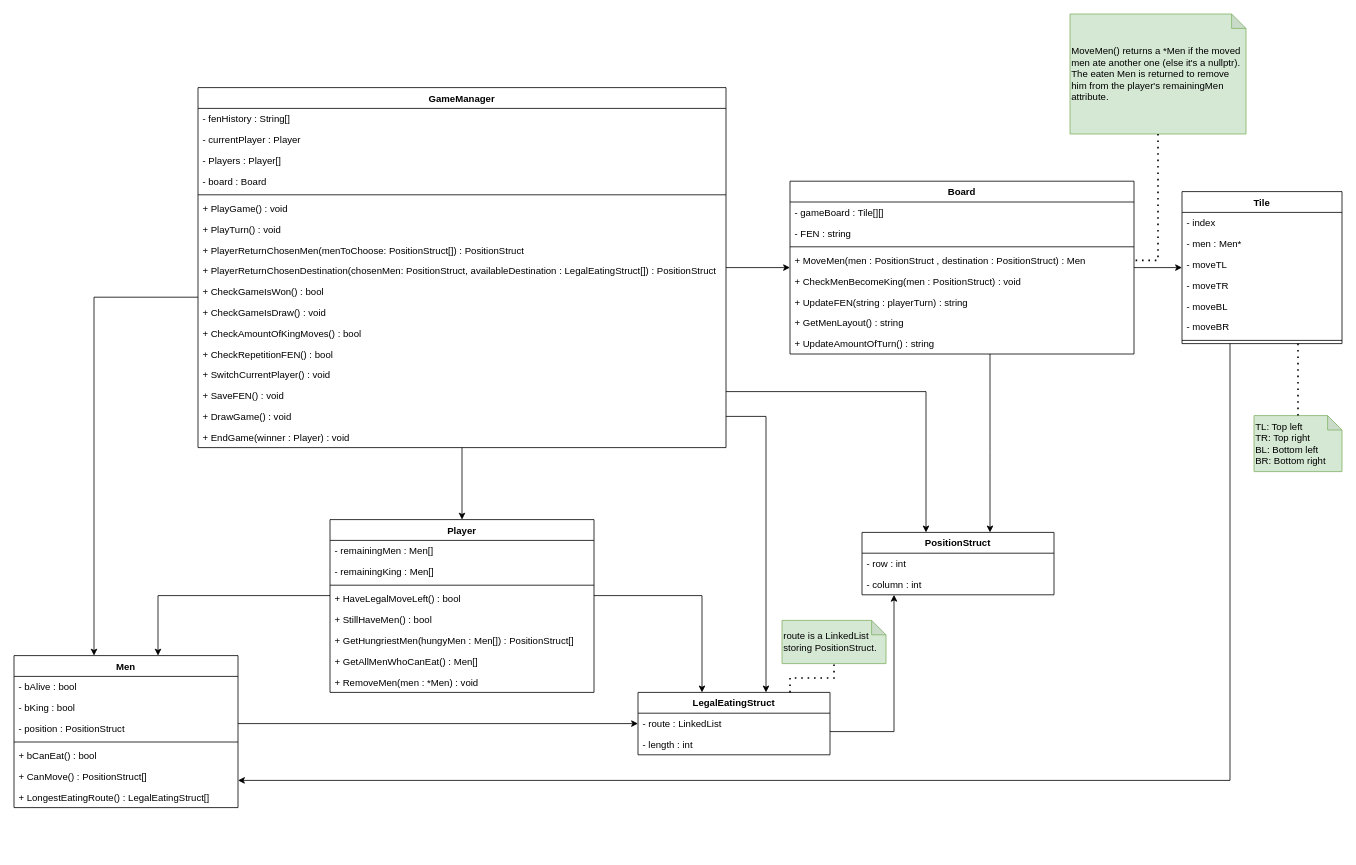
Above: page "Class Diagrams" (1 of 6) of Draughts.drawio in TheKrillenum/Draught (draw.io), before the change. Source tidied: cells renumbered, new cells numbered last; positions are measured from the earlier drawing's top-left corner, leaving out a move shared by most shapes. Both pictures are drawn from the tidied source at 80%, with x=0, y=0 at pixel (14, 14).
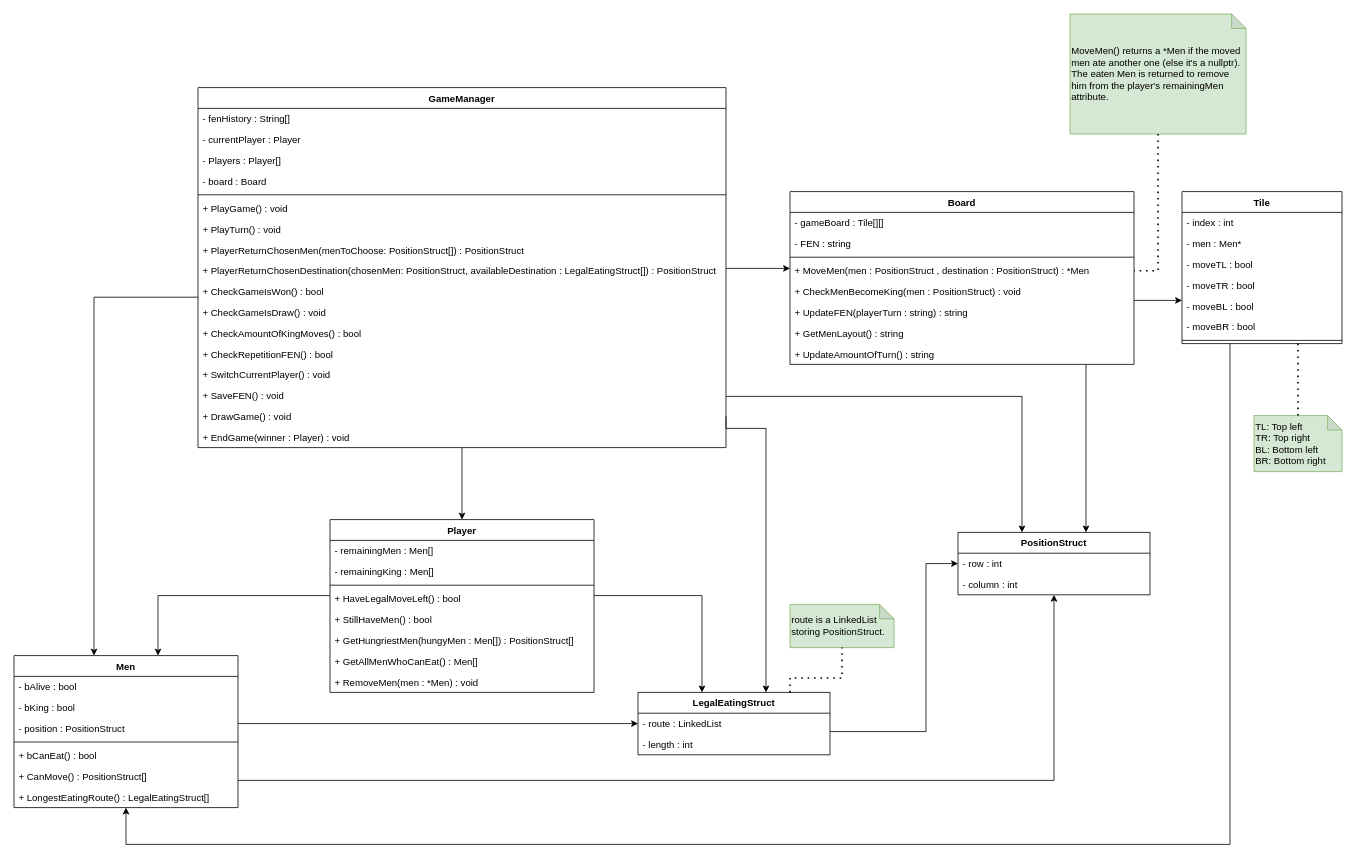
The same diagram, later.

The change refers to these unchanged cells:
```xml
<mxCell id="11" value="GameManager" style="swimlane;fontStyle=1;align=center;verticalAlign=top;horizontal=1;startSize=26;" parent="1" vertex="1">
  <mxGeometry x="230" y="92" width="660" height="450" as="geometry" />
</mxCell>
<mxCell id="27" value="+ DrawGame() : void" style="text;strokeColor=none;fillColor=none;align=left;verticalAlign=top;spacingLeft=4;spacingRight=4;overflow=hidden;points=[[0,0.5],[1,0.5]];portConstraint=eastwest;" parent="11" vertex="1">
  <mxGeometry y="398" width="660" height="26" as="geometry" />
</mxCell>
<mxCell id="29" value="Men" style="swimlane;fontStyle=1;align=center;verticalAlign=top;horizontal=1;startSize=26;" parent="1" vertex="1">
  <mxGeometry y="802" width="280" height="190" as="geometry" />
</mxCell>
<mxCell id="37" value="LegalEatingStruct" style="swimlane;fontStyle=1;align=center;verticalAlign=top;horizontal=1;startSize=26;" parent="1" vertex="1">
  <mxGeometry x="780" y="848" width="240" height="78" as="geometry" />
</mxCell>
<mxCell id="52" value="Tile" style="swimlane;fontStyle=1;align=center;verticalAlign=top;horizontal=1;startSize=26;" parent="1" vertex="1">
  <mxGeometry x="1460" y="222" width="200" height="190" as="geometry" />
</mxCell>
```

The edit, as a diff of the source:
```diff
@@
     <mxCell id="2" value="Board" style="swimlane;fontStyle=1;align=center;verticalAlign=top;horizontal=1;startSize=26;" parent="1" vertex="1">
-      <mxGeometry x="970" y="209" width="430" height="216" as="geometry" />
+      <mxGeometry x="970" y="222" width="430" height="216" as="geometry" />
     </mxCell>
@@
-    <mxCell id="6" value="+ MoveMen(men : PositionStruct , destination : PositionStruct) : Men" style="text;strokeColor=none;fillColor=none;align=left;verticalAlign=top;spacingLeft=4;spacingRight=4;overflow=hidden;points=[[0,0.5],[1,0.5]];portConstraint=eastwest;" parent="2" vertex="1">
+    <mxCell id="6" value="+ MoveMen(men : PositionStruct , destination : PositionStruct) : *Men" style="text;strokeColor=none;fillColor=none;align=left;verticalAlign=top;spacingLeft=4;spacingRight=4;overflow=hidden;points=[[0,0.5],[1,0.5]];portConstraint=eastwest;" parent="2" vertex="1">
       <mxGeometry y="86" width="430" height="26" as="geometry" />
     </mxCell>
@@
-    <mxCell id="8" value="+ UpdateFEN(string : playerTurn) : string" style="text;strokeColor=none;fillColor=none;align=left;verticalAlign=top;spacingLeft=4;spacingRight=4;overflow=hidden;" parent="2" vertex="1">
+    <mxCell id="8" value="+ UpdateFEN(playerTurn : string) : string" style="text;strokeColor=none;fillColor=none;align=left;verticalAlign=top;spacingLeft=4;spacingRight=4;overflow=hidden;" parent="2" vertex="1">
       <mxGeometry y="138" width="430" height="26" as="geometry" />
     </mxCell>
@@
     <mxCell id="40" value="PositionStruct" style="swimlane;fontStyle=1;align=center;verticalAlign=top;horizontal=1;startSize=26;" parent="1" vertex="1">
-      <mxGeometry x="1060" y="648" width="240" height="78" as="geometry" />
+      <mxGeometry x="1180" y="648" width="240" height="78" as="geometry" />
     </mxCell>
@@
-    <mxCell id="53" value="- index" style="text;strokeColor=none;fillColor=none;align=left;verticalAlign=top;spacingLeft=4;spacingRight=4;overflow=hidden;" parent="52" vertex="1">
+    <mxCell id="53" value="- index : int" style="text;strokeColor=none;fillColor=none;align=left;verticalAlign=top;spacingLeft=4;spacingRight=4;overflow=hidden;" parent="52" vertex="1">
       <mxGeometry y="26" width="200" height="26" as="geometry" />
     </mxCell>
@@
-    <mxCell id="55" value="- moveTL" style="text;strokeColor=none;fillColor=none;align=left;verticalAlign=top;spacingLeft=4;spacingRight=4;overflow=hidden;" parent="52" vertex="1">
+    <mxCell id="55" value="- moveTL : bool" style="text;strokeColor=none;fillColor=none;align=left;verticalAlign=top;spacingLeft=4;spacingRight=4;overflow=hidden;" parent="52" vertex="1">
       <mxGeometry y="78" width="200" height="26" as="geometry" />
     </mxCell>
-    <mxCell id="56" value="- moveTR" style="text;strokeColor=none;fillColor=none;align=left;verticalAlign=top;spacingLeft=4;spacingRight=4;overflow=hidden;" parent="52" vertex="1">
+    <mxCell id="56" value="- moveTR : bool" style="text;strokeColor=none;fillColor=none;align=left;verticalAlign=top;spacingLeft=4;spacingRight=4;overflow=hidden;" parent="52" vertex="1">
       <mxGeometry y="104" width="200" height="26" as="geometry" />
     </mxCell>
-    <mxCell id="57" value="- moveBL" style="text;strokeColor=none;fillColor=none;align=left;verticalAlign=top;spacingLeft=4;spacingRight=4;overflow=hidden;" parent="52" vertex="1">
+    <mxCell id="57" value="- moveBL : bool" style="text;strokeColor=none;fillColor=none;align=left;verticalAlign=top;spacingLeft=4;spacingRight=4;overflow=hidden;" parent="52" vertex="1">
       <mxGeometry y="130" width="200" height="26" as="geometry" />
     </mxCell>
-    <mxCell id="58" value="- moveBR" style="text;strokeColor=none;fillColor=none;align=left;verticalAlign=top;spacingLeft=4;spacingRight=4;overflow=hidden;" parent="52" vertex="1">
+    <mxCell id="58" value="- moveBR : bool" style="text;strokeColor=none;fillColor=none;align=left;verticalAlign=top;spacingLeft=4;spacingRight=4;overflow=hidden;" parent="52" vertex="1">
       <mxGeometry y="156" width="200" height="26" as="geometry" />
     </mxCell>
@@
     <mxCell id="66" style="edgeStyle=orthogonalEdgeStyle;jettySize=auto;html=1;rounded=0;exitX=1;exitY=0.5;exitDx=0;exitDy=0;" parent="1" edge="1" source="27" target="37">
       <mxGeometry relative="1" as="geometry">
         <Array as="points">
-          <mxPoint x="940" y="503" />
+          <mxPoint x="890" y="518" />
+          <mxPoint x="940" y="518" />
         </Array>
       </mxGeometry>
     </mxCell>
     <mxCell id="67" style="edgeStyle=orthogonalEdgeStyle;jettySize=auto;html=1;rounded=0;" parent="1" edge="1" source="2" target="52">
-      <mxGeometry relative="1" as="geometry" />
+      <mxGeometry relative="1" as="geometry">
+        <Array as="points">
+          <mxPoint x="1410" y="358" />
+          <mxPoint x="1410" y="358" />
+        </Array>
+      </mxGeometry>
     </mxCell>
@@
     <mxCell id="69" style="edgeStyle=orthogonalEdgeStyle;jettySize=auto;html=1;rounded=0;" parent="1" edge="1" source="11" target="2">
-      <mxGeometry relative="1" as="geometry" />
+      <mxGeometry relative="1" as="geometry">
+        <Array as="points">
+          <mxPoint x="950" y="318" />
+          <mxPoint x="950" y="318" />
+        </Array>
+      </mxGeometry>
     </mxCell>
     <mxCell id="70" style="edgeStyle=orthogonalEdgeStyle;jettySize=auto;html=1;rounded=0;" parent="1" edge="1" source="2" target="40">
       <mxGeometry relative="1" as="geometry">
         <Array as="points">
-          <mxPoint x="1220" y="548" />
-          <mxPoint x="1220" y="548" />
+          <mxPoint x="1340" y="538" />
+          <mxPoint x="1340" y="538" />
         </Array>
       </mxGeometry>
     </mxCell>
     <mxCell id="71" style="edgeStyle=orthogonalEdgeStyle;jettySize=auto;html=1;rounded=0;" parent="1" edge="1" source="11" target="40">
       <mxGeometry relative="1" as="geometry">
         <Array as="points">
-          <mxPoint x="1140" y="472" />
+          <mxPoint x="1260" y="478" />
         </Array>
       </mxGeometry>
     </mxCell>
@@
     <mxCell id="74" value="route is a LinkedList storing PositionStruct." style="shape=note;whiteSpace=wrap;html=1;backgroundOutline=1;darkOpacity=0.05;align=left;size=18;fillColor=#d5e8d4;strokeColor=#82b366;" parent="1" vertex="1">
-      <mxGeometry x="960" y="758" width="130" height="54" as="geometry" />
+      <mxGeometry x="970" y="738" width="130" height="54" as="geometry" />
     </mxCell>
     <mxCell id="75" style="endArrow=none;dashed=1;html=1;dashPattern=1 3;strokeWidth=2;rounded=0;edgeStyle=orthogonalEdgeStyle;" parent="1" edge="1" source="37" target="74">
       <mxGeometry relative="1" as="geometry">
         <Array as="points">
           <mxPoint x="970" y="830" />
-          <mxPoint x="1025" y="830" />
+          <mxPoint x="1035" y="830" />
         </Array>
       </mxGeometry>
     </mxCell>
     <mxCell id="76" style="edgeStyle=orthogonalEdgeStyle;jettySize=auto;html=1;rounded=0;" parent="1" edge="1" source="37" target="40">
       <mxGeometry relative="1" as="geometry">
         <Array as="points">
-          <mxPoint x="1100" y="897" />
+          <mxPoint x="1140" y="897" />
+          <mxPoint x="1140" y="687" />
         </Array>
       </mxGeometry>
     </mxCell>
     <mxCell id="77" style="edgeStyle=orthogonalEdgeStyle;jettySize=auto;html=1;rounded=0;fontSize=12;" parent="1" edge="1" source="52" target="29">
       <mxGeometry relative="1" as="geometry">
         <Array as="points">
-          <mxPoint x="1520" y="958" />
+          <mxPoint x="1520" y="1038" />
+          <mxPoint x="140" y="1038" />
         </Array>
       </mxGeometry>
     </mxCell>
+    <mxCell id="78" style="endArrow=classic;html=1;rounded=0;edgeStyle=orthogonalEdgeStyle;" parent="1" edge="1" source="29" target="40">
+      <mxGeometry relative="1" as="geometry">
+        <Array as="points">
+          <mxPoint x="1300" y="958" />
+        </Array>
+      </mxGeometry>
+    </mxCell>
```
